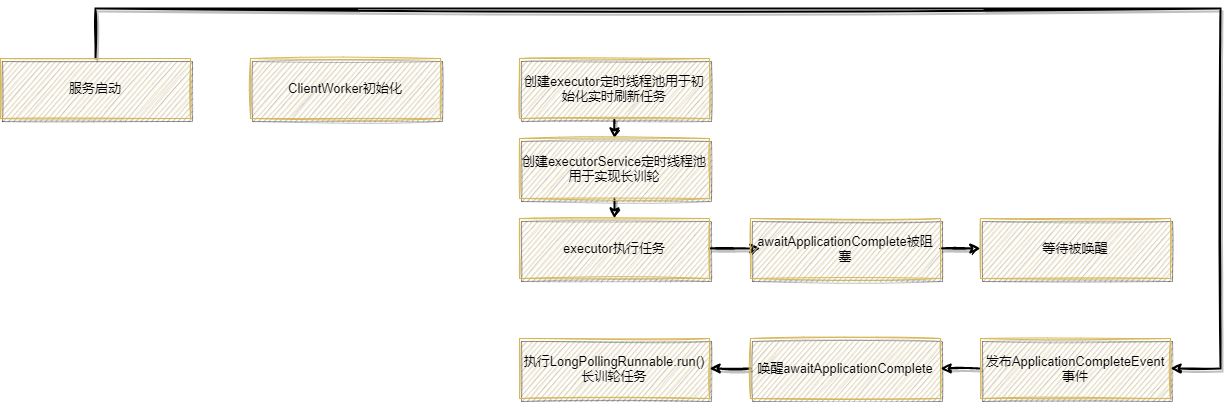
Above: 长训轮实时刷新.drawio.png in shining-stars-lk/img (draw.io), before the change. Source tidied: cells renumbered, new cells last; positions are measured from the earlier drawing's top-left corner, leaving out a move shared by most shapes.
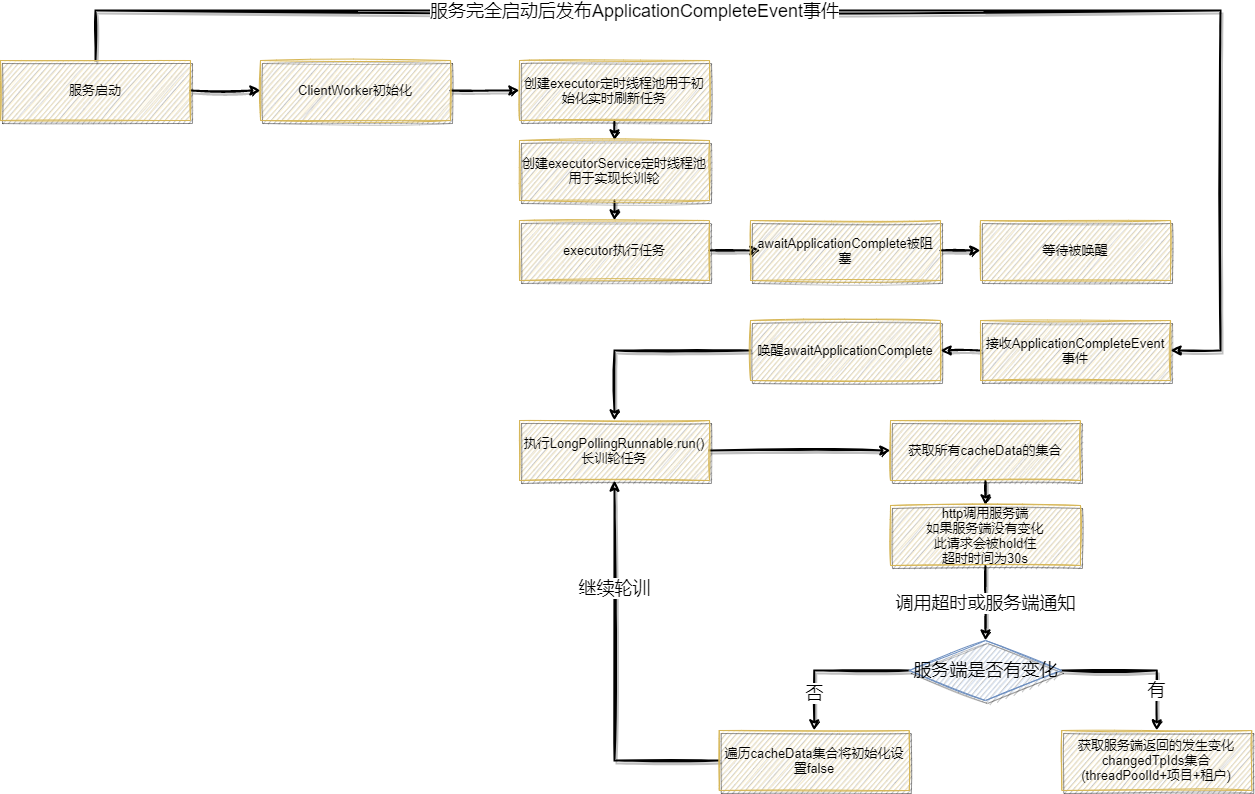
Later version of the same file.

Commit message:
更新长训轮实时刷新.drawio.png

What changed in the source:
```diff
@@ -2,8 +2,11 @@
   <root>
     <mxCell id="0" />
     <mxCell id="1" parent="0" />
+    <mxCell id="19" style="edgeStyle=orthogonalEdgeStyle;rounded=0;sketch=1;jettySize=auto;html=1;exitX=1;exitY=0.5;exitDx=0;exitDy=0;shadow=1;strokeWidth=2;fontSize=18;fontColor=#000000;" parent="1" edge="1" source="2" target="4">
+      <mxGeometry relative="1" as="geometry" />
+    </mxCell>
     <mxCell id="2" value="ClientWorker初始化" style="rounded=0;whiteSpace=wrap;html=1;shadow=1;glass=0;sketch=1;fontSize=13;fillColor=#fff2cc;strokeColor=#d6b656;" parent="1" vertex="1">
-      <mxGeometry x="250" y="50" width="190" height="60" as="geometry" />
+      <mxGeometry x="260" y="50" width="190" height="60" as="geometry" />
     </mxCell>
     <mxCell id="3" style="edgeStyle=orthogonalEdgeStyle;rounded=0;sketch=1;jettySize=auto;html=1;exitX=0.5;exitY=1;exitDx=0;exitDy=0;entryX=0.5;entryY=0;entryDx=0;entryDy=0;shadow=1;strokeWidth=2;fontSize=18;fontColor=#000000;" parent="1" edge="1" source="4" target="6">
       <mxGeometry relative="1" as="geometry" />
@@ -22,10 +25,16 @@
         <Array as="points">
           <mxPoint x="95" />
           <mxPoint x="1220" />
-          <mxPoint x="1220" y="360" />
+          <mxPoint x="1220" y="340" />
         </Array>
       </mxGeometry>
     </mxCell>
+    <mxCell id="20" value="服务完全启动后发布ApplicationCompleteEvent事件" style="edgeLabel;html=1;align=center;verticalAlign=middle;fontSize=18;fontColor=#000000;" parent="7" vertex="1">
+      <mxGeometry x="-0.25" relative="1" as="geometry" />
+    </mxCell>
+    <mxCell id="21" style="edgeStyle=orthogonalEdgeStyle;rounded=0;sketch=1;jettySize=auto;html=1;exitX=1;exitY=0.5;exitDx=0;exitDy=0;shadow=1;strokeWidth=2;fontSize=18;fontColor=#000000;" parent="1" edge="1" source="8" target="2">
+      <mxGeometry relative="1" as="geometry" />
+    </mxCell>
     <mxCell id="8" value="服务启动" style="rounded=0;whiteSpace=wrap;html=1;shadow=1;glass=0;sketch=1;fontSize=13;fillColor=#fff2cc;strokeColor=#d6b656;" parent="1" vertex="1">
       <mxGeometry y="50" width="190" height="60" as="geometry" />
     </mxCell>
@@ -49,17 +58,56 @@
     <mxCell id="14" style="edgeStyle=orthogonalEdgeStyle;rounded=0;sketch=1;jettySize=auto;html=1;exitX=0;exitY=0.5;exitDx=0;exitDy=0;shadow=1;strokeWidth=2;fontSize=18;fontColor=#000000;" parent="1" edge="1" source="15" target="17">
       <mxGeometry relative="1" as="geometry" />
     </mxCell>
-    <mxCell id="15" value="发布ApplicationCompleteEvent事件" style="rounded=0;whiteSpace=wrap;html=1;shadow=1;glass=0;sketch=1;fontSize=13;fillColor=#fff2cc;strokeColor=#d6b656;" parent="1" vertex="1">
-      <mxGeometry x="980" y="330" width="190" height="60" as="geometry" />
+    <mxCell id="15" value="接收ApplicationCompleteEvent事件" style="rounded=0;whiteSpace=wrap;html=1;shadow=1;glass=0;sketch=1;fontSize=13;fillColor=#fff2cc;strokeColor=#d6b656;" parent="1" vertex="1">
+      <mxGeometry x="980" y="310" width="190" height="60" as="geometry" />
     </mxCell>
-    <mxCell id="16" style="edgeStyle=orthogonalEdgeStyle;rounded=0;sketch=1;jettySize=auto;html=1;exitX=0;exitY=0.5;exitDx=0;exitDy=0;shadow=1;strokeWidth=2;fontSize=18;fontColor=#000000;" parent="1" edge="1" source="17" target="18">
+    <mxCell id="16" style="edgeStyle=orthogonalEdgeStyle;rounded=0;sketch=1;jettySize=auto;html=1;exitX=0;exitY=0.5;exitDx=0;exitDy=0;entryX=0.5;entryY=0;entryDx=0;entryDy=0;shadow=1;strokeWidth=2;fontSize=18;fontColor=#000000;" parent="1" edge="1" source="17" target="18">
       <mxGeometry relative="1" as="geometry" />
     </mxCell>
     <mxCell id="17" value="唤醒awaitApplicationComplete" style="rounded=0;whiteSpace=wrap;html=1;shadow=1;glass=0;sketch=1;fontSize=13;fillColor=#fff2cc;strokeColor=#d6b656;" parent="1" vertex="1">
-      <mxGeometry x="750" y="330" width="190" height="60" as="geometry" />
+      <mxGeometry x="750" y="310" width="190" height="60" as="geometry" />
     </mxCell>
+    <mxCell id="22" style="edgeStyle=orthogonalEdgeStyle;rounded=0;sketch=1;jettySize=auto;html=1;exitX=1;exitY=0.5;exitDx=0;exitDy=0;entryX=0;entryY=0.5;entryDx=0;entryDy=0;shadow=1;strokeWidth=2;fontSize=18;fontColor=#000000;" parent="1" edge="1" source="18" target="24">
+      <mxGeometry relative="1" as="geometry" />
+    </mxCell>
     <mxCell id="18" value="执行LongPollingRunnable.run()长训轮任务" style="rounded=0;whiteSpace=wrap;html=1;shadow=1;glass=0;sketch=1;fontSize=13;fillColor=#fff2cc;strokeColor=#d6b656;" parent="1" vertex="1">
-      <mxGeometry x="519" y="330" width="190" height="60" as="geometry" />
+      <mxGeometry x="519" y="410" width="190" height="60" as="geometry" />
     </mxCell>
+    <mxCell id="23" style="edgeStyle=orthogonalEdgeStyle;rounded=0;sketch=1;jettySize=auto;html=1;exitX=0.5;exitY=1;exitDx=0;exitDy=0;entryX=0.5;entryY=0;entryDx=0;entryDy=0;shadow=1;strokeWidth=2;fontSize=18;fontColor=#000000;" parent="1" edge="1" source="24" target="26">
+      <mxGeometry relative="1" as="geometry" />
+    </mxCell>
+    <mxCell id="24" value="获取所有cacheData的集合" style="rounded=0;whiteSpace=wrap;html=1;shadow=1;glass=0;sketch=1;fontSize=13;fillColor=#fff2cc;strokeColor=#d6b656;" parent="1" vertex="1">
+      <mxGeometry x="890" y="410" width="190" height="60" as="geometry" />
+    </mxCell>
+    <mxCell id="25" value="调用超时或服务端通知" style="edgeStyle=orthogonalEdgeStyle;rounded=0;sketch=1;jettySize=auto;html=1;exitX=0.5;exitY=1;exitDx=0;exitDy=0;shadow=1;strokeWidth=2;fontSize=18;fontColor=#000000;" parent="1" edge="1" source="26" target="30">
+      <mxGeometry relative="1" as="geometry" />
+    </mxCell>
+    <mxCell id="26" value="http调用服务端&lt;br&gt;如果服务端没有变化&lt;br&gt;此请求会被hold住&lt;br&gt;超时时间为30s" style="rounded=0;whiteSpace=wrap;html=1;shadow=1;glass=0;sketch=1;fontSize=13;fillColor=#fff2cc;strokeColor=#d6b656;" parent="1" vertex="1">
+      <mxGeometry x="890" y="495" width="190" height="60" as="geometry" />
+    </mxCell>
+    <mxCell id="27" style="edgeStyle=orthogonalEdgeStyle;rounded=0;sketch=1;jettySize=auto;html=1;exitX=0;exitY=0.5;exitDx=0;exitDy=0;shadow=1;strokeWidth=2;fontSize=18;fontColor=#000000;" parent="1" edge="1" source="30" target="33">
+      <mxGeometry relative="1" as="geometry" />
+    </mxCell>
+    <mxCell id="28" value="否" style="edgeLabel;html=1;align=center;verticalAlign=middle;fontSize=18;fontColor=#000000;" parent="27" vertex="1">
+      <mxGeometry x="0.5" relative="1" as="geometry" />
+    </mxCell>
+    <mxCell id="29" value="有" style="edgeStyle=orthogonalEdgeStyle;rounded=0;sketch=1;jettySize=auto;html=1;exitX=1;exitY=0.5;exitDx=0;exitDy=0;shadow=1;strokeWidth=2;fontSize=18;fontColor=#000000;" parent="1" edge="1" source="30" target="34">
+      <mxGeometry x="0.48" relative="1" as="geometry" />
+    </mxCell>
+    <mxCell id="30" value="服务端是否有变化" style="rhombus;whiteSpace=wrap;html=1;rounded=0;shadow=1;glass=0;sketch=1;fontSize=18;fillColor=#dae8fc;strokeColor=#6c8ebf;" parent="1" vertex="1">
+      <mxGeometry x="908.8" y="630" width="152.5" height="60" as="geometry" />
+    </mxCell>
+    <mxCell id="31" style="edgeStyle=orthogonalEdgeStyle;rounded=0;sketch=1;jettySize=auto;html=1;exitX=0;exitY=0.5;exitDx=0;exitDy=0;entryX=0.5;entryY=1;entryDx=0;entryDy=0;shadow=1;strokeWidth=2;fontSize=18;fontColor=#000000;" parent="1" edge="1" source="33" target="18">
+      <mxGeometry relative="1" as="geometry" />
+    </mxCell>
+    <mxCell id="32" value="继续轮训" style="edgeLabel;html=1;align=center;verticalAlign=middle;fontSize=18;fontColor=#000000;" parent="31" vertex="1">
+      <mxGeometry x="0.44" y="1" relative="1" as="geometry" />
+    </mxCell>
+    <mxCell id="33" value="遍历cacheData集合将初始化设置false" style="rounded=0;whiteSpace=wrap;html=1;shadow=1;glass=0;sketch=1;fontSize=13;fillColor=#fff2cc;strokeColor=#d6b656;" parent="1" vertex="1">
+      <mxGeometry x="718.8" y="720" width="190" height="60" as="geometry" />
+    </mxCell>
+    <mxCell id="34" value="&lt;div style=&quot;&quot;&gt;&lt;span style=&quot;background-color: initial;&quot;&gt;获取服务端返回的发生变化changedTpIds集合(threadPoolId+项目+租户)&lt;/span&gt;&lt;/div&gt;" style="rounded=0;whiteSpace=wrap;html=1;shadow=1;glass=0;sketch=1;fontSize=13;fillColor=#fff2cc;strokeColor=#d6b656;align=center;" parent="1" vertex="1">
+      <mxGeometry x="1061.2" y="720" width="190" height="60" as="geometry" />
+    </mxCell>
   </root>
 </mxGraphModel>
```
